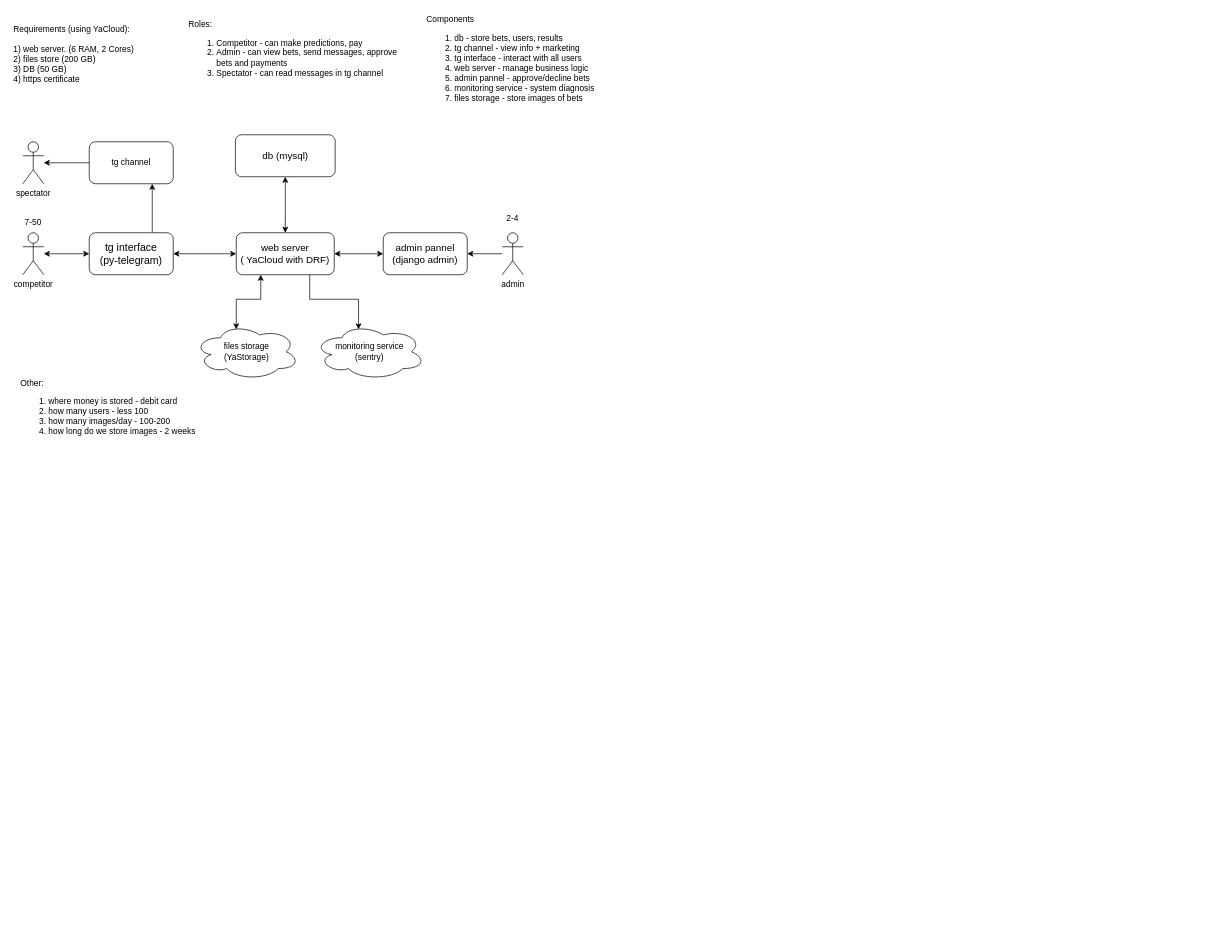
Above: static/bet_tournament_arch.drawio in phantom-profile/storages_manage_service (draw.io), before the change. Source tidied: cells renumbered, new cells numbered last; positions are measured from the earlier drawing's top-left corner, leaving out a move shared by most shapes. Both pictures are drawn from the tidied source at 70%, with x=0, y=0 at pixel (12, 12).
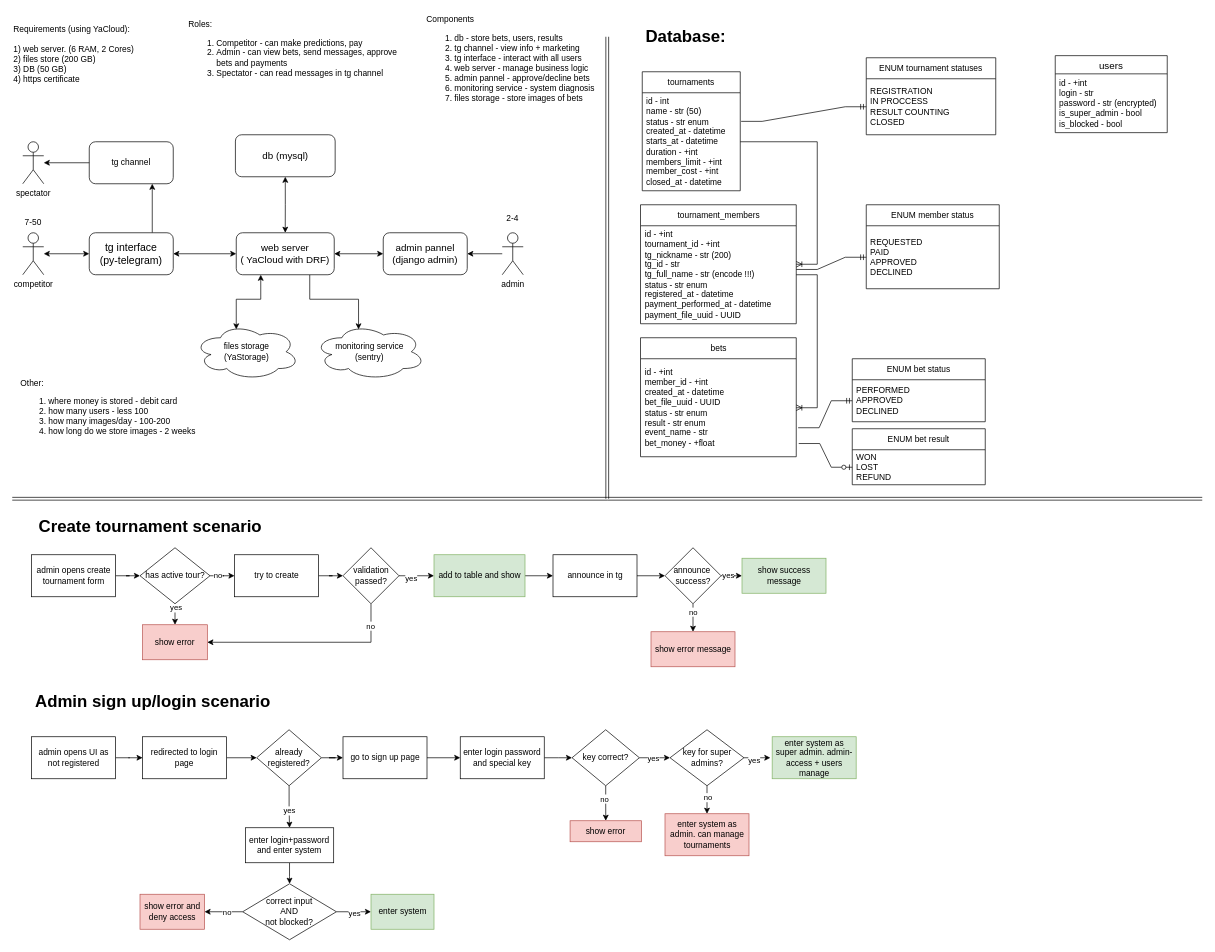
The same diagram, later.

The edit, as a diff of the source:
```diff
@@
+    <mxCell id="27" value="&lt;h1&gt;Create tournament scenario&lt;/h1&gt;" style="text;html=1;strokeColor=none;fillColor=none;spacing=5;spacingTop=-20;whiteSpace=wrap;overflow=hidden;rounded=0;" parent="1" vertex="1">
+      <mxGeometry x="32.5" y="715" width="410" height="40" as="geometry" />
+    </mxCell>
+    <mxCell id="28" style="edgeStyle=orthogonalEdgeStyle;rounded=0;jettySize=auto;html=1;" parent="1" edge="1" source="29" target="34">
+      <mxGeometry relative="1" as="geometry" />
+    </mxCell>
+    <mxCell id="29" value="admin opens create tournament form" style="rounded=0;whiteSpace=wrap;html=1;" parent="1" vertex="1">
+      <mxGeometry x="27.5" y="775" width="120" height="60" as="geometry" />
+    </mxCell>
+    <mxCell id="30" style="edgeStyle=orthogonalEdgeStyle;rounded=0;jettySize=auto;html=1;" parent="1" edge="1" source="34" target="35">
+      <mxGeometry relative="1" as="geometry" />
+    </mxCell>
+    <mxCell id="31" value="yes" style="edgeLabel;html=1;align=center;verticalAlign=middle;" parent="30" vertex="1">
+      <mxGeometry x="-0.6" y="1" relative="1" as="geometry">
+        <mxPoint y="-1" as="offset" />
+      </mxGeometry>
+    </mxCell>
+    <mxCell id="32" style="edgeStyle=orthogonalEdgeStyle;rounded=0;jettySize=auto;html=1;" parent="1" edge="1" source="34" target="37">
+      <mxGeometry relative="1" as="geometry" />
+    </mxCell>
+    <mxCell id="33" value="no" style="edgeLabel;html=1;align=center;verticalAlign=middle;" parent="32" vertex="1">
+      <mxGeometry x="-0.52" y="2" relative="1" as="geometry" />
+    </mxCell>
+    <mxCell id="34" value="has active tour?" style="rhombus;whiteSpace=wrap;html=1;rounded=0;" parent="1" vertex="1">
+      <mxGeometry x="182.5" y="765" width="100" height="80" as="geometry" />
+    </mxCell>
+    <mxCell id="35" value="show error" style="rounded=0;whiteSpace=wrap;html=1;fillColor=#f8cecc;strokeColor=#b85450;" parent="1" vertex="1">
+      <mxGeometry x="186.2" y="875" width="92.5" height="50" as="geometry" />
+    </mxCell>
+    <mxCell id="36" style="edgeStyle=orthogonalEdgeStyle;rounded=0;jettySize=auto;html=1;" parent="1" edge="1" source="37" target="48">
+      <mxGeometry relative="1" as="geometry" />
+    </mxCell>
+    <mxCell id="37" value="try to create" style="whiteSpace=wrap;html=1;rounded=0;" parent="1" vertex="1">
+      <mxGeometry x="317.5" y="775" width="120" height="60" as="geometry" />
+    </mxCell>
+    <mxCell id="38" style="edgeStyle=orthogonalEdgeStyle;rounded=0;jettySize=auto;html=1;" parent="1" edge="1" source="39" target="50">
+      <mxGeometry relative="1" as="geometry" />
+    </mxCell>
+    <mxCell id="39" value="add to table and show" style="whiteSpace=wrap;html=1;rounded=0;fillColor=#d5e8d4;strokeColor=#82b366;" parent="1" vertex="1">
+      <mxGeometry x="602.5" y="775" width="130" height="60" as="geometry" />
+    </mxCell>
+    <mxCell id="40" value="tournaments" style="swimlane;fontStyle=0;horizontal=1;startSize=30;whiteSpace=wrap;html=1;" parent="1" vertex="1">
+      <mxGeometry x="900" y="85" width="140" height="170" as="geometry" />
+    </mxCell>
+    <mxCell id="41" value="id - int&lt;br&gt;name - str (50)&lt;br&gt;status - str enum&lt;br&gt;created_at - datetime&lt;br&gt;starts_at - datetime&lt;br&gt;duration - +int&lt;br&gt;members_limit - +int&lt;br&gt;member_cost - +int&lt;br&gt;closed_at - datetime" style="text;strokeColor=none;fillColor=none;align=left;verticalAlign=middle;spacingLeft=4;spacingRight=4;overflow=hidden;points=[[0,0.5],[1,0.5]];portConstraint=eastwest;whiteSpace=wrap;html=1;" parent="40" vertex="1">
+      <mxGeometry y="30" width="140" height="140" as="geometry" />
+    </mxCell>
+    <mxCell id="42" value="ENUM tournament statuses" style="swimlane;fontStyle=0;horizontal=1;startSize=30;whiteSpace=wrap;html=1;" parent="1" vertex="1">
+      <mxGeometry x="1220" y="65" width="185" height="110" as="geometry" />
+    </mxCell>
+    <mxCell id="43" value="REGISTRATION&lt;br&gt;IN PROCCESS&lt;br&gt;RESULT COUNTING&lt;br&gt;CLOSED" style="text;strokeColor=none;fillColor=none;align=left;verticalAlign=middle;spacingLeft=4;spacingRight=4;overflow=hidden;points=[[0,0.5],[1,0.5]];portConstraint=eastwest;whiteSpace=wrap;html=1;" parent="42" vertex="1">
+      <mxGeometry y="30" width="185" height="80" as="geometry" />
+    </mxCell>
+    <mxCell id="44" style="edgeStyle=orthogonalEdgeStyle;rounded=0;jettySize=auto;html=1;" parent="1" edge="1" source="48" target="39">
+      <mxGeometry relative="1" as="geometry" />
+    </mxCell>
+    <mxCell id="45" value="yes" style="edgeLabel;html=1;align=center;verticalAlign=middle;" parent="44" vertex="1">
+      <mxGeometry x="-0.29" y="-3" relative="1" as="geometry">
+        <mxPoint x="-1" as="offset" />
+      </mxGeometry>
+    </mxCell>
+    <mxCell id="46" style="edgeStyle=orthogonalEdgeStyle;rounded=0;jettySize=auto;html=1;entryX=1;entryY=0.5;entryDx=0;entryDy=0;exitX=0.5;exitY=1;exitDx=0;exitDy=0;" parent="1" edge="1" source="48" target="35">
+      <mxGeometry relative="1" as="geometry" />
+    </mxCell>
+    <mxCell id="47" value="no" style="edgeLabel;html=1;align=center;verticalAlign=middle;" parent="46" vertex="1">
+      <mxGeometry x="-0.78" y="-1" relative="1" as="geometry">
+        <mxPoint y="-1" as="offset" />
+      </mxGeometry>
+    </mxCell>
+    <mxCell id="48" value="validation&lt;br&gt;passed?" style="rhombus;whiteSpace=wrap;html=1;" parent="1" vertex="1">
+      <mxGeometry x="472.5" y="765" width="80" height="80" as="geometry" />
+    </mxCell>
+    <mxCell id="49" style="edgeStyle=orthogonalEdgeStyle;rounded=0;jettySize=auto;html=1;" parent="1" edge="1" source="50" target="55">
+      <mxGeometry relative="1" as="geometry" />
+    </mxCell>
+    <mxCell id="50" value="announce in tg" style="whiteSpace=wrap;html=1;rounded=0;" parent="1" vertex="1">
+      <mxGeometry x="772.5" y="775" width="120" height="60" as="geometry" />
+    </mxCell>
+    <mxCell id="51" style="edgeStyle=orthogonalEdgeStyle;rounded=0;jettySize=auto;html=1;" parent="1" edge="1" source="55" target="56">
+      <mxGeometry relative="1" as="geometry" />
+    </mxCell>
+    <mxCell id="52" value="no" style="edgeLabel;html=1;align=center;verticalAlign=middle;" parent="51" vertex="1">
+      <mxGeometry x="-0.43" relative="1" as="geometry" />
+    </mxCell>
+    <mxCell id="53" style="edgeStyle=orthogonalEdgeStyle;rounded=0;jettySize=auto;html=1;exitX=1;exitY=0.5;exitDx=0;exitDy=0;" parent="1" edge="1" source="55" target="57">
+      <mxGeometry relative="1" as="geometry" />
+    </mxCell>
+    <mxCell id="54" value="yes" style="edgeLabel;html=1;align=center;verticalAlign=middle;" parent="53" vertex="1">
+      <mxGeometry x="-0.6" y="1" relative="1" as="geometry" />
+    </mxCell>
+    <mxCell id="55" value="announce&amp;nbsp;&lt;br&gt;success?" style="rhombus;whiteSpace=wrap;html=1;rounded=0;" parent="1" vertex="1">
+      <mxGeometry x="932.5" y="765" width="80" height="80" as="geometry" />
+    </mxCell>
+    <mxCell id="56" value="show error message" style="whiteSpace=wrap;html=1;rounded=0;fillColor=#f8cecc;strokeColor=#b85450;" parent="1" vertex="1">
+      <mxGeometry x="912.5" y="885" width="120" height="50" as="geometry" />
+    </mxCell>
+    <mxCell id="57" value="show success message" style="whiteSpace=wrap;html=1;rounded=0;fillColor=#d5e8d4;strokeColor=#82b366;" parent="1" vertex="1">
+      <mxGeometry x="1042.5" y="780" width="120" height="50" as="geometry" />
+    </mxCell>
+    <mxCell id="58" value="&lt;h1&gt;Database:&lt;/h1&gt;" style="text;html=1;strokeColor=none;fillColor=none;spacing=5;spacingTop=-20;whiteSpace=wrap;overflow=hidden;rounded=0;" parent="1" vertex="1">
+      <mxGeometry x="900" y="15" width="190" height="40" as="geometry" />
+    </mxCell>
+    <mxCell id="59" style="shape=link;html=1;rounded=0;" parent="1" edge="1">
+      <mxGeometry relative="1" as="geometry">
+        <mxPoint x="850" y="695" as="sourcePoint" />
+        <mxPoint x="1700" y="695" as="targetPoint" />
+      </mxGeometry>
+    </mxCell>
+    <mxCell id="60" style="shape=link;html=1;rounded=0;" parent="1" edge="1">
+      <mxGeometry relative="1" as="geometry">
+        <mxPoint x="850" y="35" as="sourcePoint" />
+        <mxPoint x="850" y="695" as="targetPoint" />
+      </mxGeometry>
+    </mxCell>
+    <mxCell id="61" style="shape=link;html=1;rounded=0;" parent="1" edge="1">
+      <mxGeometry relative="1" as="geometry">
+        <mxPoint y="695" as="sourcePoint" />
+        <mxPoint x="850" y="695" as="targetPoint" />
+      </mxGeometry>
+    </mxCell>
+    <mxCell id="62" value="tournament_members" style="swimlane;fontStyle=0;horizontal=1;startSize=30;whiteSpace=wrap;html=1;" parent="1" vertex="1">
+      <mxGeometry x="897.5" y="275" width="222.5" height="170" as="geometry" />
+    </mxCell>
+    <mxCell id="63" value="id - +int&lt;br&gt;tournament_id - +int&lt;br&gt;tg_nickname - str (200)&lt;br&gt;tg_id - str&lt;br&gt;tg_full_name - str (encode !!!)&lt;br&gt;status - str enum&lt;br&gt;registered_at - datetime&lt;br&gt;payment_performed_at - datetime&lt;br&gt;payment_file_uuid - UUID" style="text;strokeColor=none;fillColor=none;align=left;verticalAlign=middle;spacingLeft=4;spacingRight=4;overflow=hidden;points=[[0,0.5],[1,0.5]];portConstraint=eastwest;whiteSpace=wrap;html=1;" parent="62" vertex="1">
+      <mxGeometry y="30" width="222.5" height="140" as="geometry" />
+    </mxCell>
+    <mxCell id="64" style="edgeStyle=entityRelationEdgeStyle;fontSize=12;html=1;endArrow=ERoneToMany;rounded=0;exitX=1;exitY=0.5;exitDx=0;exitDy=0;" parent="1" edge="1" source="41" target="62">
+      <mxGeometry relative="1" as="geometry">
+        <Array as="points">
+          <mxPoint x="880" y="242" />
+          <mxPoint x="900" y="295" />
+          <mxPoint x="870" y="295" />
+          <mxPoint x="860" y="325" />
+        </Array>
+      </mxGeometry>
+    </mxCell>
+    <mxCell id="65" style="edgeStyle=entityRelationEdgeStyle;fontSize=12;html=1;endArrow=ERmandOne;rounded=0;exitX=1.009;exitY=0.292;exitDx=0;exitDy=0;exitPerimeter=0;entryX=0;entryY=0.5;entryDx=0;entryDy=0;" parent="1" edge="1" source="41" target="43">
+      <mxGeometry relative="1" as="geometry" />
+    </mxCell>
+    <mxCell id="66" value="ENUM member status" style="swimlane;fontStyle=0;horizontal=1;startSize=30;whiteSpace=wrap;html=1;" parent="1" vertex="1">
+      <mxGeometry x="1220" y="275" width="190" height="120" as="geometry" />
+    </mxCell>
+    <mxCell id="67" value="REQUESTED&lt;br&gt;PAID&lt;br&gt;APPROVED&lt;br&gt;DECLINED" style="text;strokeColor=none;fillColor=none;align=left;verticalAlign=middle;spacingLeft=4;spacingRight=4;overflow=hidden;points=[[0,0.5],[1,0.5]];portConstraint=eastwest;whiteSpace=wrap;html=1;" parent="66" vertex="1">
+      <mxGeometry y="30" width="190" height="90" as="geometry" />
+    </mxCell>
+    <mxCell id="68" style="edgeStyle=entityRelationEdgeStyle;fontSize=12;html=1;endArrow=ERmandOne;rounded=0;exitX=1;exitY=0.446;exitDx=0;exitDy=0;exitPerimeter=0;entryX=0;entryY=0.5;entryDx=0;entryDy=0;" parent="1" edge="1" source="63" target="67">
+      <mxGeometry relative="1" as="geometry" />
+    </mxCell>
+    <mxCell id="69" value="bets" style="swimlane;fontStyle=0;horizontal=1;startSize=30;whiteSpace=wrap;html=1;" parent="1" vertex="1">
+      <mxGeometry x="897.5" y="465" width="222.5" height="170" as="geometry" />
+    </mxCell>
+    <mxCell id="70" value="id - +int&lt;br&gt;member_id - +int&lt;br&gt;created_at - datetime&lt;br&gt;bet_file_uuid - UUID&lt;br&gt;status - str enum&lt;br&gt;result - str enum&lt;br&gt;event_name - str&lt;br&gt;bet_money - +float&lt;br&gt;" style="text;strokeColor=none;fillColor=none;align=left;verticalAlign=middle;spacingLeft=4;spacingRight=4;overflow=hidden;points=[[0,0.5],[1,0.5]];portConstraint=eastwest;whiteSpace=wrap;html=1;" parent="69" vertex="1">
+      <mxGeometry y="30" width="222.5" height="140" as="geometry" />
+    </mxCell>
+    <mxCell id="71" style="edgeStyle=entityRelationEdgeStyle;fontSize=12;html=1;endArrow=ERoneToMany;rounded=0;entryX=1;entryY=0.5;entryDx=0;entryDy=0;exitX=1;exitY=0.5;exitDx=0;exitDy=0;" parent="1" edge="1" source="63" target="70">
+      <mxGeometry relative="1" as="geometry">
+        <Array as="points">
+          <mxPoint x="1080" y="519.5" />
+          <mxPoint x="1100" y="572.5" />
+          <mxPoint x="1070" y="572.5" />
+          <mxPoint x="1060" y="602.5" />
+        </Array>
+      </mxGeometry>
+    </mxCell>
+    <mxCell id="72" value="ENUM bet result" style="swimlane;fontStyle=0;horizontal=1;startSize=30;whiteSpace=wrap;html=1;" parent="1" vertex="1">
+      <mxGeometry x="1200" y="595" width="190" height="80" as="geometry" />
+    </mxCell>
+    <mxCell id="73" value="WON&lt;br&gt;LOST&lt;br&gt;REFUND" style="text;strokeColor=none;fillColor=none;align=left;verticalAlign=middle;spacingLeft=4;spacingRight=4;overflow=hidden;points=[[0,0.5],[1,0.5]];portConstraint=eastwest;whiteSpace=wrap;html=1;" parent="72" vertex="1">
+      <mxGeometry y="30" width="190" height="50" as="geometry" />
+    </mxCell>
+    <mxCell id="74" value="ENUM bet status" style="swimlane;fontStyle=0;horizontal=1;startSize=30;whiteSpace=wrap;html=1;" parent="1" vertex="1">
+      <mxGeometry x="1200" y="495" width="190" height="90" as="geometry" />
+    </mxCell>
+    <mxCell id="75" value="PERFORMED&lt;br&gt;APPROVED&lt;br&gt;DECLINED" style="text;strokeColor=none;fillColor=none;align=left;verticalAlign=middle;spacingLeft=4;spacingRight=4;overflow=hidden;whiteSpace=wrap;html=1;" parent="74" vertex="1">
+      <mxGeometry y="30" width="190" height="60" as="geometry" />
+    </mxCell>
+    <mxCell id="76" style="edgeStyle=entityRelationEdgeStyle;fontSize=12;html=1;endArrow=ERzeroToOne;endFill=1;rounded=0;exitX=1.016;exitY=0.865;exitDx=0;exitDy=0;exitPerimeter=0;" parent="1" edge="1" source="70" target="73">
+      <mxGeometry relative="1" as="geometry" />
+    </mxCell>
+    <mxCell id="77" style="edgeStyle=entityRelationEdgeStyle;fontSize=12;html=1;endArrow=ERmandOne;rounded=0;exitX=1.012;exitY=0.704;exitDx=0;exitDy=0;exitPerimeter=0;" parent="1" edge="1" source="70">
+      <mxGeometry relative="1" as="geometry">
+        <mxPoint x="1200" y="555" as="targetPoint" />
+      </mxGeometry>
+    </mxCell>
+    <mxCell id="78" value="&lt;h1&gt;Admin sign up/login scenario&lt;/h1&gt;" style="text;html=1;strokeColor=none;fillColor=none;spacing=5;spacingTop=-20;whiteSpace=wrap;overflow=hidden;rounded=0;" parent="1" vertex="1">
+      <mxGeometry x="27.5" y="965" width="410" height="40" as="geometry" />
+    </mxCell>
+    <mxCell id="79" style="edgeStyle=orthogonalEdgeStyle;rounded=0;jettySize=auto;html=1;" parent="1" edge="1" source="80" target="82">
+      <mxGeometry relative="1" as="geometry" />
+    </mxCell>
+    <mxCell id="80" value="admin opens UI as not registered" style="rounded=0;whiteSpace=wrap;html=1;" parent="1" vertex="1">
+      <mxGeometry x="27.5" y="1035" width="120" height="60" as="geometry" />
+    </mxCell>
+    <mxCell id="81" style="edgeStyle=orthogonalEdgeStyle;rounded=0;jettySize=auto;html=1;" parent="1" edge="1" source="82" target="86">
+      <mxGeometry relative="1" as="geometry" />
+    </mxCell>
+    <mxCell id="82" value="redirected to login page" style="rounded=0;whiteSpace=wrap;html=1;" parent="1" vertex="1">
+      <mxGeometry x="186.2" y="1035" width="120" height="60" as="geometry" />
+    </mxCell>
+    <mxCell id="83" style="edgeStyle=orthogonalEdgeStyle;rounded=0;jettySize=auto;html=1;" parent="1" edge="1" source="86" target="88">
+      <mxGeometry relative="1" as="geometry" />
+    </mxCell>
+    <mxCell id="84" value="yes" style="edgeLabel;html=1;align=center;verticalAlign=middle;" parent="83" vertex="1">
+      <mxGeometry x="0.18" y="-1" relative="1" as="geometry" />
+    </mxCell>
+    <mxCell id="85" style="edgeStyle=orthogonalEdgeStyle;rounded=0;jettySize=auto;html=1;" parent="1" edge="1" source="86" target="92">
+      <mxGeometry relative="1" as="geometry" />
+    </mxCell>
+    <mxCell id="86" value="already&lt;br&gt;registered?" style="rhombus;whiteSpace=wrap;html=1;rounded=0;" parent="1" vertex="1">
+      <mxGeometry x="349.2" y="1025" width="92.5" height="80" as="geometry" />
+    </mxCell>
+    <mxCell id="87" style="edgeStyle=orthogonalEdgeStyle;rounded=0;jettySize=auto;html=1;" parent="1" edge="1" source="88" target="112">
+      <mxGeometry relative="1" as="geometry" />
+    </mxCell>
+    <mxCell id="88" value="enter login+password and enter system" style="whiteSpace=wrap;html=1;rounded=0;" parent="1" vertex="1">
+      <mxGeometry x="333" y="1165" width="126.2" height="50" as="geometry" />
+    </mxCell>
+    <mxCell id="89" value="users" style="swimlane;fontStyle=0;horizontal=1;startSize=26;align=center;fontSize=14;" parent="1" vertex="1">
+      <mxGeometry x="1490" y="62" width="160" height="110" as="geometry" />
+    </mxCell>
+    <mxCell id="90" value="id - +int&lt;br&gt;login - str&lt;br&gt;password - str (encrypted)&lt;br&gt;is_super_admin - bool&lt;br&gt;is_blocked - bool" style="text;strokeColor=none;fillColor=none;spacingLeft=4;spacingRight=4;overflow=hidden;fontSize=12;whiteSpace=wrap;html=1;" parent="89" vertex="1">
+      <mxGeometry y="26" width="160" height="84" as="geometry" />
+    </mxCell>
+    <mxCell id="91" style="edgeStyle=orthogonalEdgeStyle;rounded=0;jettySize=auto;html=1;" parent="1" edge="1" source="92" target="94">
+      <mxGeometry relative="1" as="geometry" />
+    </mxCell>
+    <mxCell id="92" value="go to sign up page" style="whiteSpace=wrap;html=1;rounded=0;" parent="1" vertex="1">
+      <mxGeometry x="472.5" y="1035" width="120" height="60" as="geometry" />
+    </mxCell>
+    <mxCell id="93" style="edgeStyle=orthogonalEdgeStyle;rounded=0;jettySize=auto;html=1;" parent="1" edge="1" source="94" target="99">
+      <mxGeometry relative="1" as="geometry" />
+    </mxCell>
+    <mxCell id="94" value="enter login password and special key" style="whiteSpace=wrap;html=1;rounded=0;" parent="1" vertex="1">
+      <mxGeometry x="640" y="1035" width="120" height="60" as="geometry" />
+    </mxCell>
+    <mxCell id="95" style="edgeStyle=orthogonalEdgeStyle;rounded=0;jettySize=auto;html=1;" parent="1" edge="1" source="99" target="100">
+      <mxGeometry relative="1" as="geometry" />
+    </mxCell>
+    <mxCell id="96" value="no" style="edgeLabel;html=1;align=center;verticalAlign=middle;" parent="95" vertex="1">
+      <mxGeometry x="-0.29" y="-2" relative="1" as="geometry" />
+    </mxCell>
+    <mxCell id="97" style="edgeStyle=orthogonalEdgeStyle;rounded=0;jettySize=auto;html=1;" parent="1" edge="1" source="99" target="105">
+      <mxGeometry relative="1" as="geometry" />
+    </mxCell>
+    <mxCell id="98" value="yes" style="edgeLabel;html=1;align=center;verticalAlign=middle;" parent="97" vertex="1">
+      <mxGeometry x="-0.07" relative="1" as="geometry" />
+    </mxCell>
+    <mxCell id="99" value="key correct?" style="rhombus;whiteSpace=wrap;html=1;rounded=0;" parent="1" vertex="1">
+      <mxGeometry x="799.7" y="1025" width="96.2" height="80" as="geometry" />
+    </mxCell>
+    <mxCell id="100" value="show error" style="whiteSpace=wrap;html=1;rounded=0;fillColor=#f8cecc;strokeColor=#b85450;" parent="1" vertex="1">
+      <mxGeometry x="796.9" y="1155" width="101.9" height="30" as="geometry" />
+    </mxCell>
+    <mxCell id="101" style="edgeStyle=orthogonalEdgeStyle;rounded=0;jettySize=auto;html=1;" parent="1" edge="1" source="105" target="106">
+      <mxGeometry relative="1" as="geometry" />
+    </mxCell>
+    <mxCell id="102" value="no" style="edgeLabel;html=1;align=center;verticalAlign=middle;" parent="101" vertex="1">
+      <mxGeometry x="-0.2" y="1" relative="1" as="geometry" />
+    </mxCell>
+    <mxCell id="103" style="edgeStyle=orthogonalEdgeStyle;rounded=0;jettySize=auto;html=1;entryX=-0.022;entryY=0.501;entryDx=0;entryDy=0;entryPerimeter=0;" parent="1" edge="1" source="105" target="107">
+      <mxGeometry relative="1" as="geometry" />
+    </mxCell>
+    <mxCell id="104" value="yes" style="edgeLabel;html=1;align=center;verticalAlign=middle;" parent="103" vertex="1">
+      <mxGeometry x="-0.32" y="-3" relative="1" as="geometry">
+        <mxPoint x="1" as="offset" />
+      </mxGeometry>
+    </mxCell>
+    <mxCell id="105" value="key for super&lt;br&gt;admins?" style="rhombus;whiteSpace=wrap;html=1;rounded=0;" parent="1" vertex="1">
+      <mxGeometry x="939.7" y="1025" width="105.6" height="80" as="geometry" />
+    </mxCell>
+    <mxCell id="106" value="enter system as&lt;br&gt;admin. can manage&lt;br&gt;tournaments" style="whiteSpace=wrap;html=1;rounded=0;fillColor=#f8cecc;strokeColor=#b85450;" parent="1" vertex="1">
+      <mxGeometry x="932.5" y="1145" width="120" height="60" as="geometry" />
+    </mxCell>
+    <mxCell id="107" value="enter system as super admin. admin-access + users manage" style="whiteSpace=wrap;html=1;rounded=0;fillColor=#d5e8d4;strokeColor=#82b366;" parent="1" vertex="1">
+      <mxGeometry x="1085.6" y="1035" width="120" height="60" as="geometry" />
+    </mxCell>
+    <mxCell id="108" style="edgeStyle=orthogonalEdgeStyle;rounded=0;jettySize=auto;html=1;" parent="1" edge="1" source="112" target="113">
+      <mxGeometry relative="1" as="geometry" />
+    </mxCell>
+    <mxCell id="109" value="yes" style="edgeLabel;html=1;align=center;verticalAlign=middle;" parent="108" vertex="1">
+      <mxGeometry y="-2" relative="1" as="geometry" />
+    </mxCell>
+    <mxCell id="110" style="edgeStyle=orthogonalEdgeStyle;rounded=0;jettySize=auto;html=1;" parent="1" edge="1" source="112" target="114">
+      <mxGeometry relative="1" as="geometry" />
+    </mxCell>
+    <mxCell id="111" value="no" style="edgeLabel;html=1;align=center;verticalAlign=middle;" parent="110" vertex="1">
+      <mxGeometry x="0.03" y="1" relative="1" as="geometry">
+        <mxPoint x="5" y="-1" as="offset" />
+      </mxGeometry>
+    </mxCell>
+    <mxCell id="112" value="correct input&lt;br&gt;AND&lt;br&gt;not blocked?" style="rhombus;whiteSpace=wrap;html=1;rounded=0;" parent="1" vertex="1">
+      <mxGeometry x="329.2" y="1245" width="133.9" height="80" as="geometry" />
+    </mxCell>
+    <mxCell id="113" value="enter system" style="whiteSpace=wrap;html=1;rounded=0;fillColor=#d5e8d4;strokeColor=#82b366;" parent="1" vertex="1">
+      <mxGeometry x="512.5" y="1260" width="90" height="50" as="geometry" />
+    </mxCell>
+    <mxCell id="114" value="show error and deny access" style="whiteSpace=wrap;html=1;rounded=0;fillColor=#f8cecc;strokeColor=#b85450;" parent="1" vertex="1">
+      <mxGeometry x="182.5" y="1260" width="92.2" height="50" as="geometry" />
+    </mxCell>
```
